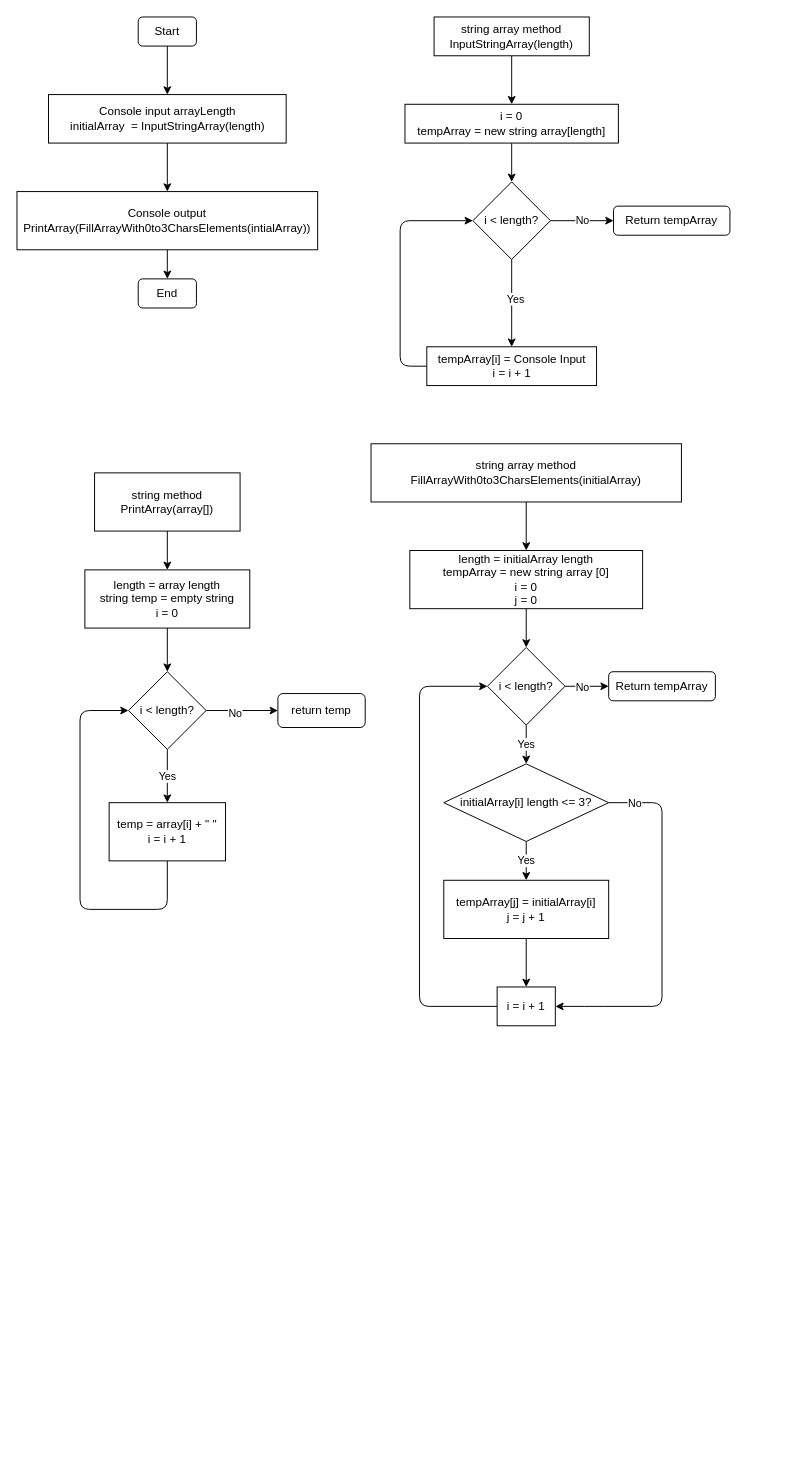
This is BlockDiagram.drawio from MaksimDorokhin/GBBlock1TestWork, a draw.io file, before an edit. Source tidied: cells renumbered, new cells numbered last; positions are measured from the earlier drawing's top-left corner, leaving out a move shared by most shapes. Both pictures are drawn from the tidied source at 97%, with x=0, y=0 at pixel (16, 16).
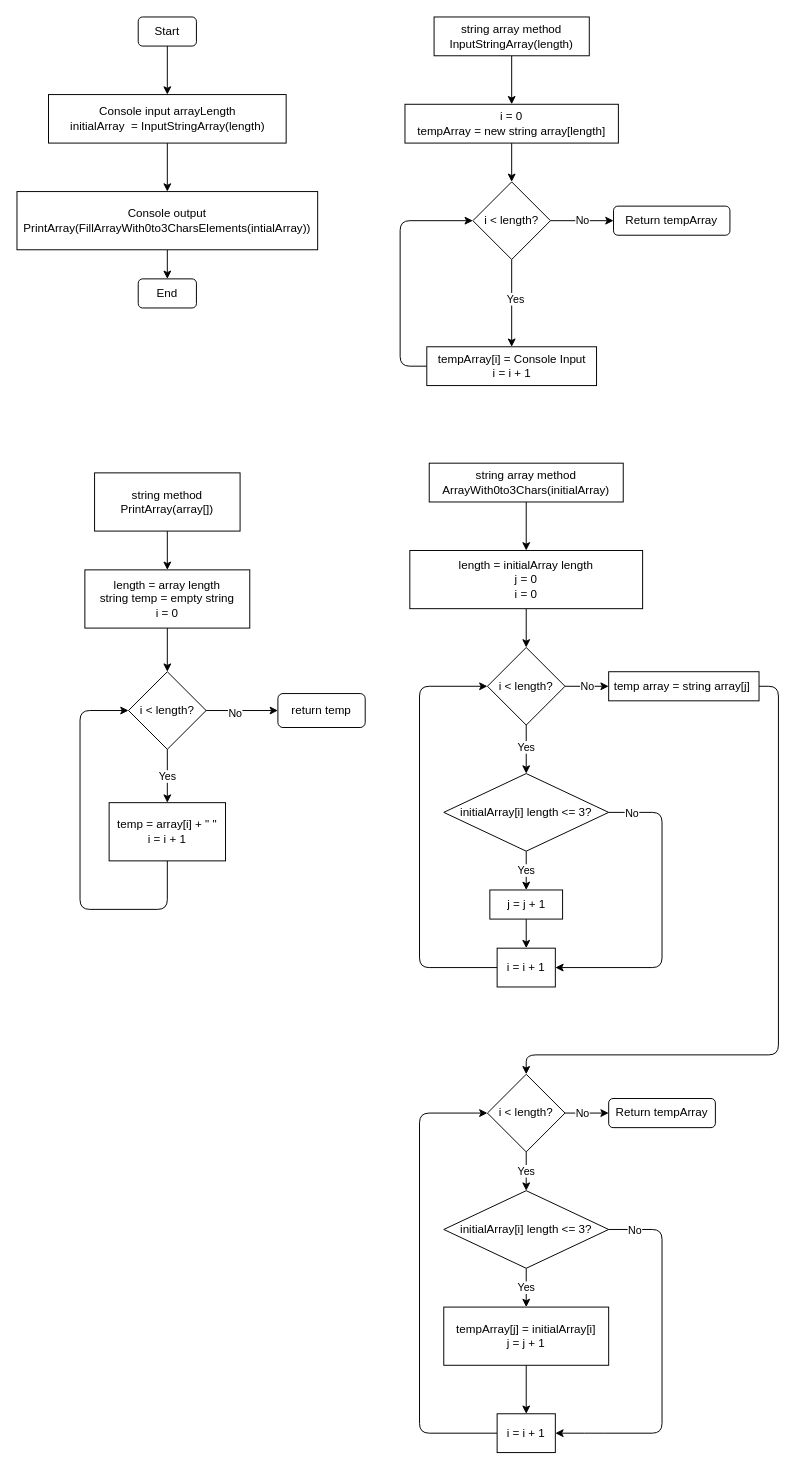
The same page after the edit.

Commit message (it also covers changes not shown here):
Modified ArrayWith0to3Chars method to form a new array with only needed length

Change to the diagram source:
```diff
@@
-    <mxCell id="21" value="string array method&lt;br&gt;FillArrayWith0to3CharsElements(initialArray)" style="rounded=0;whiteSpace=wrap;html=1;" parent="1" vertex="1">
-      <mxGeometry x="365" y="440" width="320" height="60" as="geometry" />
+    <mxCell id="21" value="string array method&lt;br&gt;ArrayWith0to3Chars(initialArray)" style="rounded=0;whiteSpace=wrap;html=1;" parent="1" vertex="1">
+      <mxGeometry x="425" y="460" width="200" height="40" as="geometry" />
     </mxCell>
-    <mxCell id="22" style="edgeStyle=none;html=1;entryX=0.5;entryY=0;entryDx=0;entryDy=0;" parent="1" edge="1" source="23" target="27">
-      <mxGeometry relative="1" as="geometry" />
-    </mxCell>
+    <mxCell id="48" style="edgeStyle=none;html=1;entryX=0.5;entryY=0;entryDx=0;entryDy=0;" parent="1" edge="1" source="23" target="52">
+      <mxGeometry relative="1" as="geometry" />
+    </mxCell>
-    <mxCell id="23" value="length = initialArray length&lt;br&gt;tempArray = new string array [0]&lt;br&gt;i = 0&lt;br&gt;j = 0" style="rounded=0;whiteSpace=wrap;html=1;" parent="1" vertex="1">
+    <mxCell id="23" value="length = initialArray length&lt;br&gt;j = 0&lt;br&gt;i = 0" style="rounded=0;whiteSpace=wrap;html=1;" parent="1" vertex="1">
       <mxGeometry x="405" y="550" width="240" height="60" as="geometry" />
     </mxCell>
@@
     <mxCell id="27" value="i &amp;lt; length?" style="rhombus;whiteSpace=wrap;html=1;" parent="1" vertex="1">
-      <mxGeometry x="485" y="650" width="80" height="80" as="geometry" />
+      <mxGeometry x="485" y="1090" width="80" height="80" as="geometry" />
     </mxCell>
@@
     <mxCell id="29" style="edgeStyle=none;html=1;entryX=1;entryY=0.5;entryDx=0;entryDy=0;" parent="1" edge="1" source="31" target="35">
       <mxGeometry relative="1" as="geometry">
         <Array as="points">
-          <mxPoint x="665" y="810" />
-          <mxPoint x="665" y="1020" />
-          <mxPoint x="595" y="1020" />
+          <mxPoint x="665" y="1250" />
+          <mxPoint x="665" y="1460" />
+          <mxPoint x="595" y="1460" />
         </Array>
       </mxGeometry>
     </mxCell>
@@
     <mxCell id="31" value="initialArray[i] length &amp;lt;= 3?" style="rhombus;whiteSpace=wrap;html=1;" parent="1" vertex="1">
-      <mxGeometry x="440" y="770" width="170" height="80" as="geometry" />
+      <mxGeometry x="440" y="1210" width="170" height="80" as="geometry" />
     </mxCell>
@@
     <mxCell id="33" value="tempArray[j] = initialArray[i]&lt;br&gt;j = j + 1" style="rounded=0;whiteSpace=wrap;html=1;" parent="1" vertex="1">
-      <mxGeometry x="440" y="890" width="170" height="60" as="geometry" />
+      <mxGeometry x="440" y="1330" width="170" height="60" as="geometry" />
     </mxCell>
     <mxCell id="34" style="edgeStyle=none;html=1;exitX=0;exitY=0.5;exitDx=0;exitDy=0;entryX=0;entryY=0.5;entryDx=0;entryDy=0;" parent="1" edge="1" source="35" target="27">
       <mxGeometry relative="1" as="geometry">
         <Array as="points">
-          <mxPoint x="415" y="1020" />
-          <mxPoint x="415" y="690" />
+          <mxPoint x="415" y="1460" />
+          <mxPoint x="415" y="1130" />
         </Array>
       </mxGeometry>
     </mxCell>
     <mxCell id="35" value="i = i + 1" style="rounded=0;whiteSpace=wrap;html=1;" parent="1" vertex="1">
-      <mxGeometry x="495" y="1000" width="60" height="40" as="geometry" />
+      <mxGeometry x="495" y="1440" width="60" height="40" as="geometry" />
     </mxCell>
     <mxCell id="36" value="Return tempArray" style="rounded=1;whiteSpace=wrap;html=1;" parent="1" vertex="1">
-      <mxGeometry x="610" y="675" width="110" height="30" as="geometry" />
+      <mxGeometry x="610" y="1115" width="110" height="30" as="geometry" />
     </mxCell>
@@
+    <mxCell id="49" style="edgeStyle=none;html=1;entryX=0.5;entryY=0;entryDx=0;entryDy=0;exitX=0.5;exitY=1;exitDx=0;exitDy=0;" parent="1" edge="1" source="52" target="56">
+      <mxGeometry relative="1" as="geometry" />
+    </mxCell>
+    <mxCell id="50" value="Yes" style="edgeLabel;html=1;align=center;verticalAlign=middle;" parent="49" vertex="1">
+      <mxGeometry x="-0.12" y="-1" relative="1" as="geometry" />
+    </mxCell>
+    <mxCell id="51" value="No" style="edgeStyle=none;html=1;entryX=0;entryY=0.5;entryDx=0;entryDy=0;" parent="1" edge="1" source="52" target="62">
+      <mxGeometry relative="1" as="geometry" />
+    </mxCell>
+    <mxCell id="52" value="i &amp;lt; length?" style="rhombus;whiteSpace=wrap;html=1;" parent="1" vertex="1">
+      <mxGeometry x="485" y="650" width="80" height="80" as="geometry" />
+    </mxCell>
+    <mxCell id="53" value="Yes" style="edgeStyle=none;html=1;exitX=0.5;exitY=1;exitDx=0;exitDy=0;entryX=0.5;entryY=0;entryDx=0;entryDy=0;" parent="1" edge="1" source="56" target="58">
+      <mxGeometry relative="1" as="geometry" />
+    </mxCell>
+    <mxCell id="54" style="edgeStyle=none;html=1;entryX=1;entryY=0.5;entryDx=0;entryDy=0;" parent="1" edge="1" source="56" target="60">
+      <mxGeometry relative="1" as="geometry">
+        <Array as="points">
+          <mxPoint x="665" y="820" />
+          <mxPoint x="665" y="980" />
+        </Array>
+      </mxGeometry>
+    </mxCell>
+    <mxCell id="55" value="No" style="edgeLabel;html=1;align=center;verticalAlign=middle;" parent="54" vertex="1">
+      <mxGeometry x="-0.86" relative="1" as="geometry" />
+    </mxCell>
+    <mxCell id="56" value="initialArray[i] length &amp;lt;= 3?" style="rhombus;whiteSpace=wrap;html=1;" parent="1" vertex="1">
+      <mxGeometry x="440" y="780" width="170" height="80" as="geometry" />
+    </mxCell>
+    <mxCell id="57" style="edgeStyle=none;html=1;entryX=0.5;entryY=0;entryDx=0;entryDy=0;" parent="1" edge="1" source="58" target="60">
+      <mxGeometry relative="1" as="geometry" />
+    </mxCell>
+    <mxCell id="58" value="j = j + 1" style="rounded=0;whiteSpace=wrap;html=1;" parent="1" vertex="1">
+      <mxGeometry x="487.5" y="900" width="75" height="30" as="geometry" />
+    </mxCell>
+    <mxCell id="59" style="edgeStyle=none;html=1;entryX=0;entryY=0.5;entryDx=0;entryDy=0;" parent="1" edge="1" source="60" target="52">
+      <mxGeometry relative="1" as="geometry">
+        <Array as="points">
+          <mxPoint x="415" y="980" />
+          <mxPoint x="415" y="690" />
+        </Array>
+      </mxGeometry>
+    </mxCell>
+    <mxCell id="60" value="i = i + 1" style="rounded=0;whiteSpace=wrap;html=1;" parent="1" vertex="1">
+      <mxGeometry x="495" y="960" width="60" height="40" as="geometry" />
+    </mxCell>
+    <mxCell id="61" style="edgeStyle=none;html=1;entryX=0.5;entryY=0;entryDx=0;entryDy=0;" parent="1" edge="1" source="62" target="27">
+      <mxGeometry relative="1" as="geometry">
+        <Array as="points">
+          <mxPoint x="785" y="690" />
+          <mxPoint x="785" y="1070" />
+          <mxPoint x="525" y="1070" />
+        </Array>
+      </mxGeometry>
+    </mxCell>
+    <mxCell id="62" value="temp array = string array[j]&amp;nbsp;" style="rounded=0;whiteSpace=wrap;html=1;" parent="1" vertex="1">
+      <mxGeometry x="610" y="675" width="155" height="30" as="geometry" />
+    </mxCell>
```
